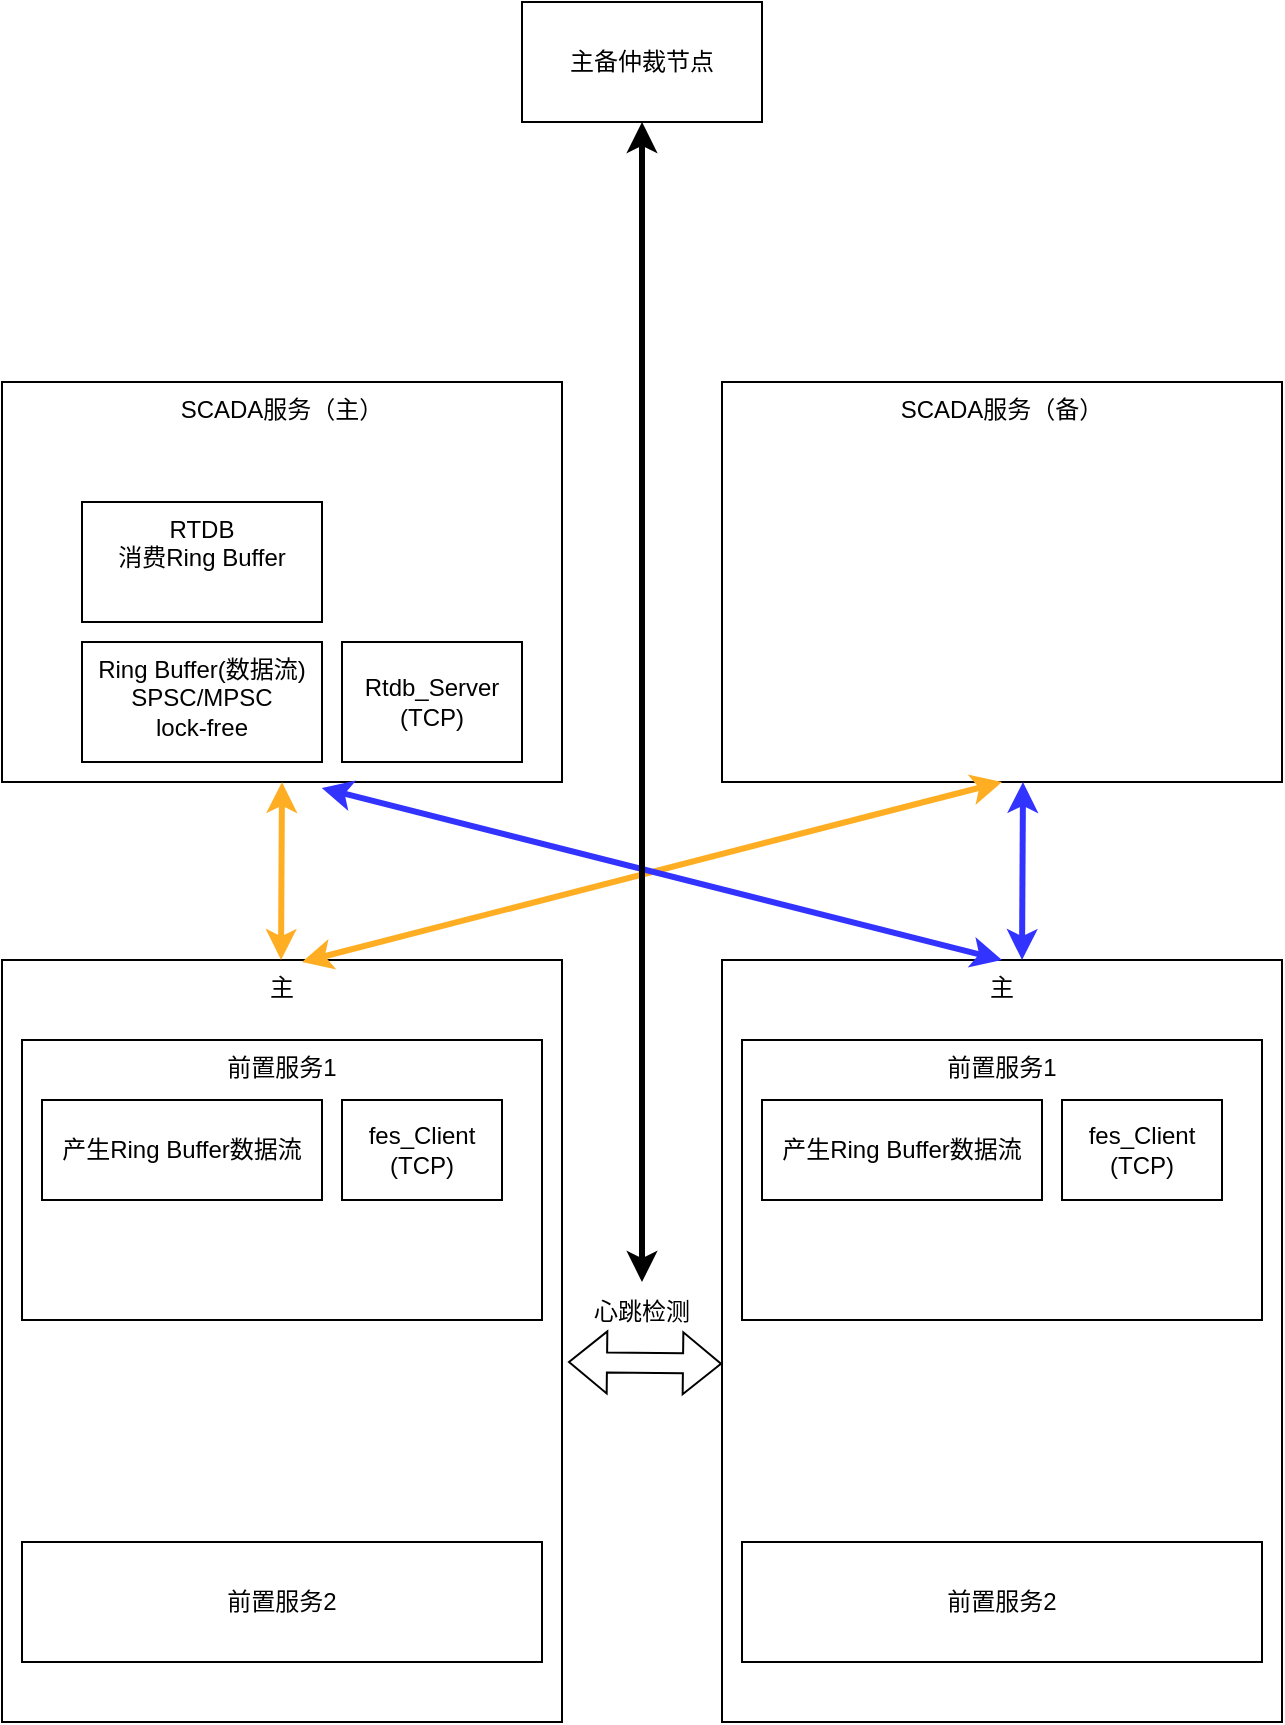
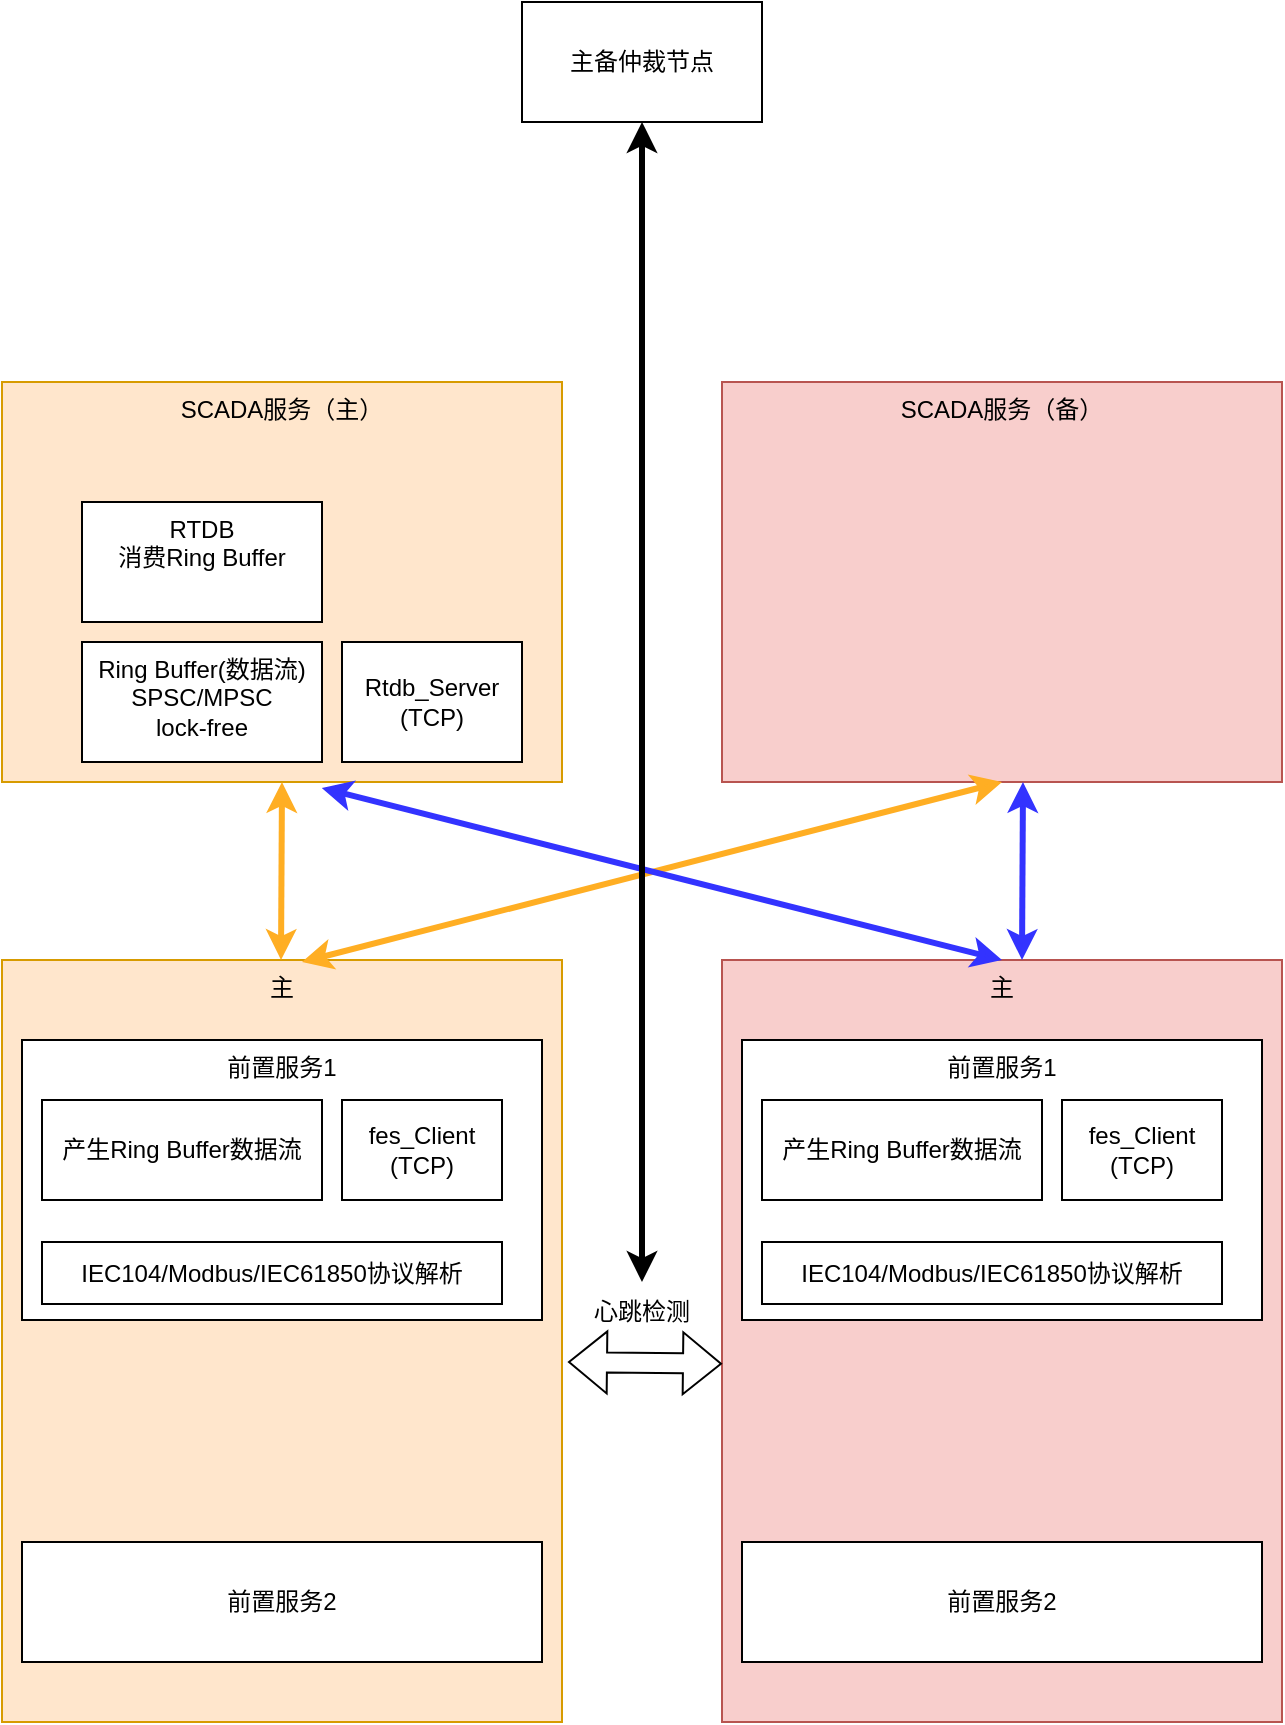
<mxfile host="app.diagrams.net">
  <diagram name="第 1 页" id="B8DYWfWQNEIOsyKvfK1-">
-     <mxGraphModel dx="2020" dy="1121" grid="1" gridSize="10" guides="1" tooltips="1" connect="1" arrows="1" fold="1" page="1" pageScale="1" pageWidth="827" pageHeight="1169" math="0" shadow="0">
+     <mxGraphModel dx="1414" dy="785" grid="1" gridSize="10" guides="1" tooltips="1" connect="1" arrows="1" fold="1" page="1" pageScale="1" pageWidth="827" pageHeight="1169" math="0" shadow="0">
      <root>
        <mxCell id="0" />
        <mxCell id="1" parent="0" />
-         <mxCell id="kAXPQYTb_9ZiN3N-kw4B-1" parent="1" style="rounded=0;whiteSpace=wrap;html=1;verticalAlign=top;" value="SCADA服务（主）" vertex="1">
+         <mxCell id="kAXPQYTb_9ZiN3N-kw4B-1" parent="1" style="rounded=0;whiteSpace=wrap;html=1;verticalAlign=top;fillColor=#ffe6cc;strokeColor=#d79b00;" value="SCADA服务（主）" vertex="1">
          <mxGeometry height="200" width="280" x="50" y="200" as="geometry" />
        </mxCell>
-         <mxCell id="kAXPQYTb_9ZiN3N-kw4B-2" parent="1" style="rounded=0;whiteSpace=wrap;html=1;verticalAlign=top;" value="主" vertex="1">
+         <mxCell id="kAXPQYTb_9ZiN3N-kw4B-2" parent="1" style="rounded=0;whiteSpace=wrap;html=1;verticalAlign=top;fillColor=#ffe6cc;strokeColor=#d79b00;" value="主" vertex="1">
          <mxGeometry height="381" width="280" x="50" y="489" as="geometry" />
        </mxCell>
-         <mxCell id="kAXPQYTb_9ZiN3N-kw4B-4" parent="1" style="rounded=0;whiteSpace=wrap;html=1;verticalAlign=top;" value="SCADA服务（备）" vertex="1">
+         <mxCell id="kAXPQYTb_9ZiN3N-kw4B-4" parent="1" style="rounded=0;whiteSpace=wrap;html=1;verticalAlign=top;fillColor=#f8cecc;strokeColor=#b85450;" value="SCADA服务（备）" vertex="1">
          <mxGeometry height="200" width="280" x="410" y="200" as="geometry" />
        </mxCell>
        <mxCell id="kAXPQYTb_9ZiN3N-kw4B-5" parent="1" style="rounded=0;whiteSpace=wrap;html=1;verticalAlign=top;align=center;" value="前置服务1" vertex="1">
          <mxGeometry height="140" width="260" x="60" y="529" as="geometry" />
        </mxCell>
        <mxCell id="kAXPQYTb_9ZiN3N-kw4B-6" parent="1" style="rounded=0;whiteSpace=wrap;html=1;" value="前置服务2" vertex="1">
          <mxGeometry height="60" width="260" x="60" y="780" as="geometry" />
        </mxCell>
        <mxCell id="kAXPQYTb_9ZiN3N-kw4B-9" parent="1" style="rounded=0;whiteSpace=wrap;html=1;verticalAlign=top;" value="Ring Buffer(数据流)&lt;div&gt;SPSC/MPSC&lt;/div&gt;&lt;div&gt;lock-free&lt;/div&gt;" vertex="1">
          <mxGeometry height="60" width="120" x="90" y="330" as="geometry" />
        </mxCell>
        <mxCell id="kAXPQYTb_9ZiN3N-kw4B-10" parent="1" style="rounded=0;whiteSpace=wrap;html=1;verticalAlign=top;" value="RTDB&lt;div&gt;消费Ring Buffer&lt;/div&gt;" vertex="1">
          <mxGeometry height="60" width="120" x="90" y="260" as="geometry" />
        </mxCell>
        <mxCell id="kAXPQYTb_9ZiN3N-kw4B-11" parent="1" style="rounded=0;whiteSpace=wrap;html=1;" value="产生Ring Buffer数据流" vertex="1">
          <mxGeometry height="50" width="140" x="70" y="559" as="geometry" />
        </mxCell>
        <mxCell id="kAXPQYTb_9ZiN3N-kw4B-12" edge="1" parent="1" style="endArrow=classic;startArrow=classic;html=1;rounded=0;entryX=0.5;entryY=1;entryDx=0;entryDy=0;strokeColor=#FFAE23;strokeWidth=3;" target="kAXPQYTb_9ZiN3N-kw4B-1" value="">
          <mxGeometry height="50" relative="1" width="50" as="geometry">
            <mxPoint x="189.5" y="489" as="sourcePoint" />
            <mxPoint x="189.5" y="423" as="targetPoint" />
          </mxGeometry>
        </mxCell>
        <mxCell id="kAXPQYTb_9ZiN3N-kw4B-13" parent="1" style="rounded=0;whiteSpace=wrap;html=1;" value="fes_Client&lt;div&gt;(TCP)&lt;/div&gt;" vertex="1">
          <mxGeometry height="50" width="80" x="220" y="559" as="geometry" />
        </mxCell>
        <mxCell id="kAXPQYTb_9ZiN3N-kw4B-15" parent="1" style="rounded=0;whiteSpace=wrap;html=1;" value="Rtdb_Server&lt;div&gt;(TCP)&lt;/div&gt;" vertex="1">
          <mxGeometry height="60" width="90" x="220" y="330" as="geometry" />
        </mxCell>
        <mxCell id="kAXPQYTb_9ZiN3N-kw4B-16" edge="1" parent="1" style="endArrow=classic;startArrow=classic;html=1;rounded=0;entryX=0.5;entryY=1;entryDx=0;entryDy=0;strokeColor=#FFAE23;strokeWidth=3;" target="kAXPQYTb_9ZiN3N-kw4B-4" value="">
          <mxGeometry height="50" relative="1" width="50" as="geometry">
            <mxPoint x="200" y="490" as="sourcePoint" />
            <mxPoint x="219" y="423" as="targetPoint" />
          </mxGeometry>
        </mxCell>
-         <mxCell id="kAXPQYTb_9ZiN3N-kw4B-17" parent="1" style="rounded=0;whiteSpace=wrap;html=1;verticalAlign=top;" value="主" vertex="1">
+         <mxCell id="kAXPQYTb_9ZiN3N-kw4B-17" parent="1" style="rounded=0;whiteSpace=wrap;html=1;verticalAlign=top;fillColor=#f8cecc;strokeColor=#b85450;" value="主" vertex="1">
          <mxGeometry height="381" width="280" x="410" y="489" as="geometry" />
        </mxCell>
        <mxCell id="kAXPQYTb_9ZiN3N-kw4B-18" parent="1" style="rounded=0;whiteSpace=wrap;html=1;verticalAlign=top;align=center;" value="前置服务1" vertex="1">
          <mxGeometry height="140" width="260" x="420" y="529" as="geometry" />
        </mxCell>
        <mxCell id="kAXPQYTb_9ZiN3N-kw4B-19" parent="1" style="rounded=0;whiteSpace=wrap;html=1;" value="前置服务2" vertex="1">
          <mxGeometry height="60" width="260" x="420" y="780" as="geometry" />
        </mxCell>
        <mxCell id="kAXPQYTb_9ZiN3N-kw4B-20" parent="1" style="rounded=0;whiteSpace=wrap;html=1;" value="产生Ring Buffer数据流" vertex="1">
          <mxGeometry height="50" width="140" x="430" y="559" as="geometry" />
        </mxCell>
        <mxCell id="kAXPQYTb_9ZiN3N-kw4B-21" parent="1" style="rounded=0;whiteSpace=wrap;html=1;" value="fes_Client&lt;div&gt;(TCP)&lt;/div&gt;" vertex="1">
          <mxGeometry height="50" width="80" x="580" y="559" as="geometry" />
        </mxCell>
        <mxCell id="kAXPQYTb_9ZiN3N-kw4B-22" edge="1" parent="1" style="endArrow=classic;startArrow=classic;html=1;rounded=0;entryX=0.5;entryY=1;entryDx=0;entryDy=0;strokeColor=#3333FF;strokeWidth=3;" value="">
          <mxGeometry height="50" relative="1" width="50" as="geometry">
            <mxPoint x="560" y="489" as="sourcePoint" />
            <mxPoint x="560.5" y="400" as="targetPoint" />
          </mxGeometry>
        </mxCell>
        <mxCell id="kAXPQYTb_9ZiN3N-kw4B-23" edge="1" parent="1" source="kAXPQYTb_9ZiN3N-kw4B-17" style="endArrow=classic;startArrow=classic;html=1;rounded=0;entryX=0.571;entryY=1.015;entryDx=0;entryDy=0;entryPerimeter=0;strokeWidth=3;strokeColor=#3333FF;exitX=0.5;exitY=0;exitDx=0;exitDy=0;" target="kAXPQYTb_9ZiN3N-kw4B-1" value="">
          <mxGeometry height="50" relative="1" width="50" as="geometry">
            <mxPoint x="550" y="480" as="sourcePoint" />
            <mxPoint x="590" y="439" as="targetPoint" />
          </mxGeometry>
        </mxCell>
        <mxCell id="kAXPQYTb_9ZiN3N-kw4B-25" edge="1" parent="1" style="shape=flexArrow;endArrow=classic;startArrow=classic;html=1;rounded=0;entryX=0.025;entryY=0.556;entryDx=0;entryDy=0;entryPerimeter=0;" value="">
          <mxGeometry height="100" relative="1" width="100" as="geometry">
            <mxPoint x="333" y="690" as="sourcePoint" />
            <mxPoint x="410" y="690.836" as="targetPoint" />
          </mxGeometry>
        </mxCell>
        <mxCell id="kAXPQYTb_9ZiN3N-kw4B-26" parent="1" style="text;html=1;whiteSpace=wrap;strokeColor=none;fillColor=none;align=center;verticalAlign=middle;rounded=0;" value="心跳检测" vertex="1">
          <mxGeometry height="30" width="60" x="340" y="650" as="geometry" />
        </mxCell>
        <mxCell id="kAXPQYTb_9ZiN3N-kw4B-29" parent="1" style="rounded=0;whiteSpace=wrap;html=1;" value="主备仲裁节点" vertex="1">
          <mxGeometry height="60" width="120" x="310" y="10" as="geometry" />
        </mxCell>
        <mxCell id="kAXPQYTb_9ZiN3N-kw4B-30" edge="1" parent="1" source="kAXPQYTb_9ZiN3N-kw4B-26" style="endArrow=classic;startArrow=classic;html=1;rounded=0;strokeWidth=3;" value="">
          <mxGeometry height="50" relative="1" width="50" as="geometry">
            <mxPoint x="370" y="210" as="sourcePoint" />
            <mxPoint x="370" y="70" as="targetPoint" />
          </mxGeometry>
        </mxCell>
+         <mxCell id="kAXPQYTb_9ZiN3N-kw4B-31" parent="1" style="rounded=0;whiteSpace=wrap;html=1;" value="IEC104/Modbus/IEC61850协议解析" vertex="1">
+           <mxGeometry height="31" width="230" x="70" y="630" as="geometry" />
+         </mxCell>
+         <mxCell id="kAXPQYTb_9ZiN3N-kw4B-32" parent="1" style="rounded=0;whiteSpace=wrap;html=1;" value="IEC104/Modbus/IEC61850协议解析" vertex="1">
+           <mxGeometry height="31" width="230" x="430" y="630" as="geometry" />
+         </mxCell>
      </root>
    </mxGraphModel>
  </diagram>
</mxfile>
